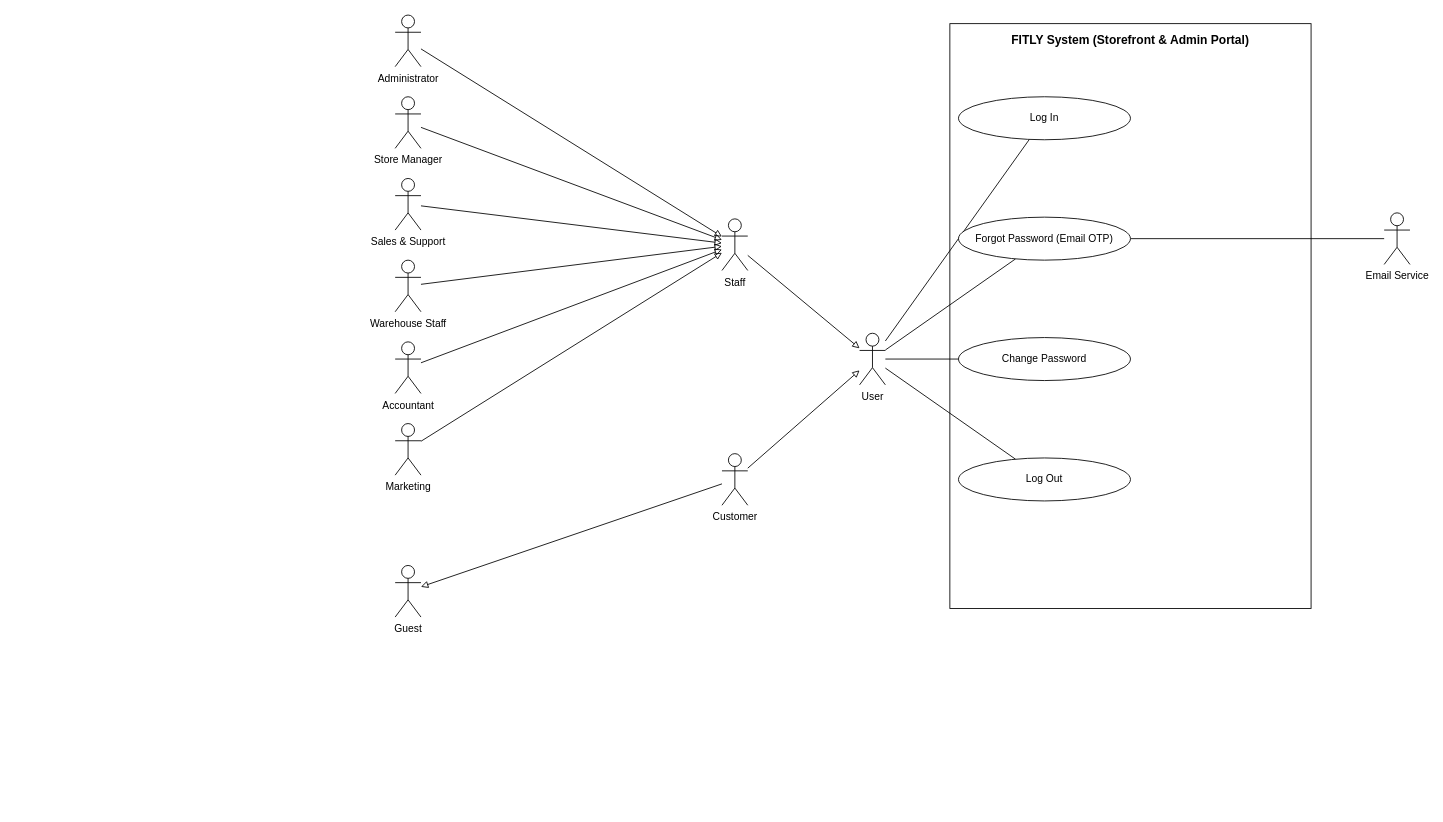
vietcachep/eco_fashion_be keeps this draw.io diagram as page "Authentication & Actor Hierarchy" (1 of 15) of docs/design/usecase/FITLY-usecase.drawio. Above is the earlier version. Source tidied: cells renumbered, new cells numbered last; positions are measured from the earlier drawing's top-left corner, leaving out a move shared by most shapes. Both pictures are drawn from the tidied source at 86%, with x=0, y=0 at pixel (395, 15).
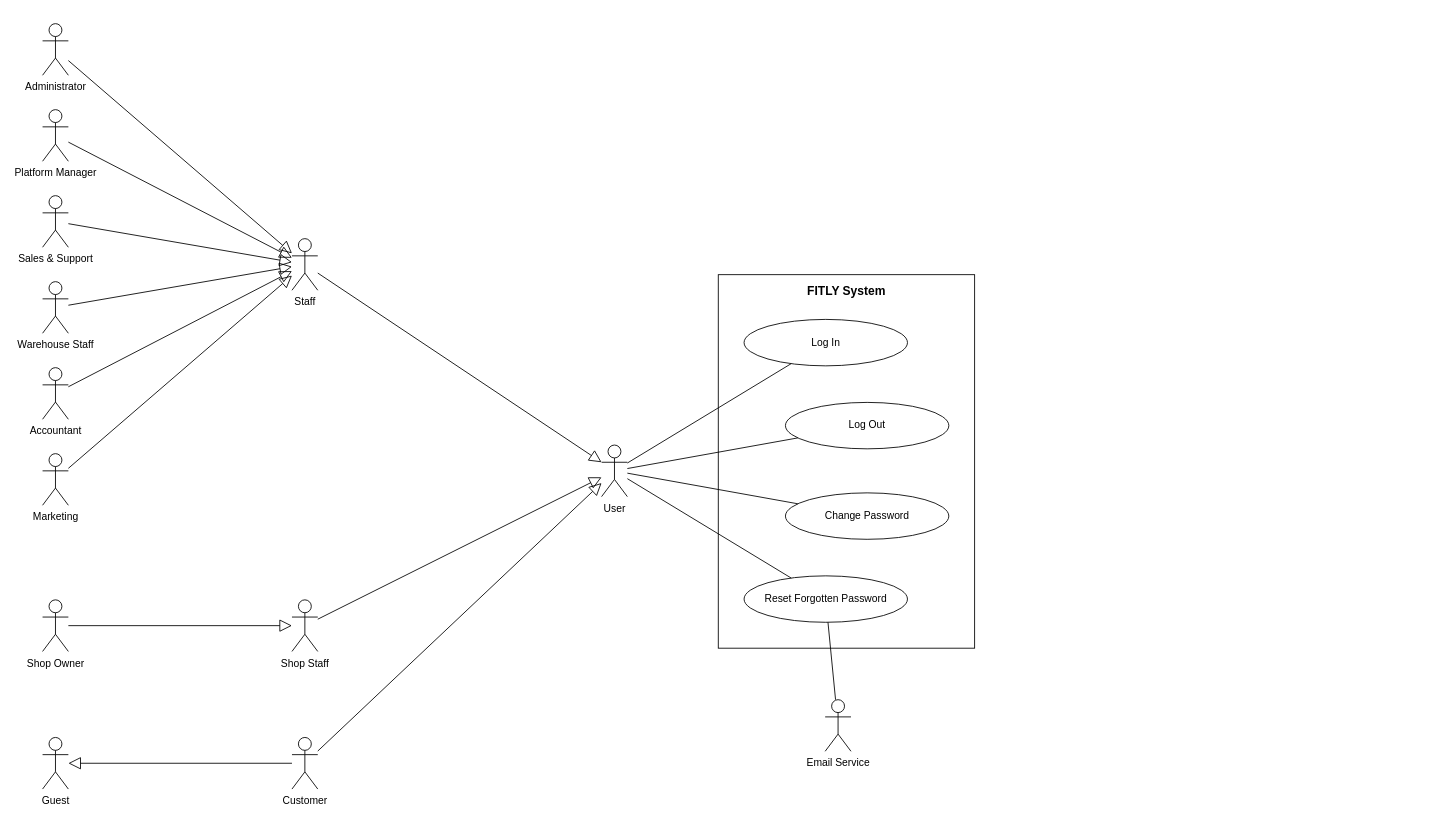
The same diagram, later.

Change to the diagram source:
```diff
@@
-    <mxCell id="2" style="edgeStyle=none;html=1;rounded=0;endArrow=none;" parent="1" edge="1" source="30" target="17">
-      <mxGeometry relative="1" as="geometry" />
-    </mxCell>
-    <mxCell id="3" style="edgeStyle=none;html=1;rounded=0;endArrow=none;" parent="1" edge="1" source="30" target="18">
-      <mxGeometry relative="1" as="geometry" />
-    </mxCell>
-    <mxCell id="4" style="edgeStyle=none;html=1;rounded=0;endArrow=none;" parent="1" edge="1" source="30" target="19">
-      <mxGeometry relative="1" as="geometry" />
-    </mxCell>
-    <mxCell id="5" style="edgeStyle=none;html=1;rounded=0;endArrow=none;" parent="1" edge="1" source="30" target="20">
-      <mxGeometry relative="1" as="geometry" />
-    </mxCell>
-    <mxCell id="6" style="edgeStyle=none;html=1;rounded=0;endArrow=block;endFill=0;" parent="1" edge="1" source="21" target="28">
-      <mxGeometry relative="1" as="geometry" />
-    </mxCell>
-    <mxCell id="7" style="edgeStyle=none;html=1;rounded=0;endArrow=block;endFill=0;" parent="1" edge="1" source="22" target="28">
-      <mxGeometry relative="1" as="geometry" />
-    </mxCell>
-    <mxCell id="8" style="edgeStyle=none;html=1;rounded=0;endArrow=block;endFill=0;" parent="1" edge="1" source="23" target="28">
-      <mxGeometry relative="1" as="geometry" />
-    </mxCell>
-    <mxCell id="9" style="edgeStyle=none;html=1;rounded=0;endArrow=block;endFill=0;" parent="1" edge="1" source="24" target="28">
-      <mxGeometry relative="1" as="geometry" />
-    </mxCell>
-    <mxCell id="10" style="edgeStyle=none;html=1;rounded=0;endArrow=block;endFill=0;" parent="1" edge="1" source="25" target="28">
-      <mxGeometry relative="1" as="geometry" />
-    </mxCell>
-    <mxCell id="11" style="edgeStyle=none;html=1;rounded=0;endArrow=block;endFill=0;" parent="1" edge="1" source="26" target="28">
-      <mxGeometry relative="1" as="geometry" />
-    </mxCell>
-    <mxCell id="12" style="edgeStyle=none;html=1;rounded=0;endArrow=block;endFill=0;" parent="1" edge="1" source="28" target="30">
-      <mxGeometry relative="1" as="geometry" />
-    </mxCell>
-    <mxCell id="13" style="edgeStyle=none;html=1;rounded=0;endArrow=block;endFill=0;" parent="1" edge="1" source="29" target="30">
-      <mxGeometry relative="1" as="geometry" />
-    </mxCell>
-    <mxCell id="14" style="edgeStyle=none;html=1;rounded=0;endArrow=block;endFill=0;" parent="1" edge="1" source="29" target="27">
-      <mxGeometry relative="1" as="geometry" />
-    </mxCell>
-    <mxCell id="15" style="edgeStyle=none;html=1;rounded=0;endArrow=none;exitX=1;exitY=0.5;entryX=0;entryY=0.5;" parent="1" edge="1" source="18" target="31">
-      <mxGeometry relative="1" as="geometry" />
-    </mxCell>
-    <mxCell id="16" value="FITLY System (Storefront &amp; Admin Portal)" style="rounded=0;whiteSpace=wrap;html=1;fillColor=none;verticalAlign=top;fontStyle=1;fontSize=14;spacingTop=4;" parent="1" vertex="1">
-      <mxGeometry x="645" y="10" width="420" height="680" as="geometry" />
+    <mxCell id="16" value="FITLY System" style="rounded=0;whiteSpace=wrap;html=1;fillColor=none;verticalAlign=top;fontStyle=1;fontSize=14;spacingTop=4;" parent="1" vertex="1">
+      <mxGeometry x="375.7" y="301.9" width="298.1" height="434.3" as="geometry" />
     </mxCell>
     <mxCell id="17" value="Log In" style="ellipse;whiteSpace=wrap;html=1;fontSize=12;fillColor=#FFFFFF;" parent="1" vertex="1">
-      <mxGeometry x="655" y="95" width="200" height="50" as="geometry" />
+      <mxGeometry x="405.7" y="353.9" width="190" height="54" as="geometry" />
     </mxCell>
-    <mxCell id="18" value="Forgot Password (Email OTP)" style="ellipse;whiteSpace=wrap;html=1;fontSize=12;fillColor=#FFFFFF;" parent="1" vertex="1">
-      <mxGeometry x="655" y="235" width="200" height="50" as="geometry" />
+    <mxCell id="18" value="Log Out" style="ellipse;whiteSpace=wrap;html=1;fontSize=12;fillColor=#FFFFFF;" parent="1" vertex="1">
+      <mxGeometry x="453.8" y="450.4" width="190" height="54" as="geometry" />
     </mxCell>
     <mxCell id="19" value="Change Password" style="ellipse;whiteSpace=wrap;html=1;fontSize=12;fillColor=#FFFFFF;" parent="1" vertex="1">
-      <mxGeometry x="655" y="375" width="200" height="50" as="geometry" />
+      <mxGeometry x="453.8" y="555.6" width="190" height="54" as="geometry" />
     </mxCell>
-    <mxCell id="20" value="Log Out" style="ellipse;whiteSpace=wrap;html=1;fontSize=12;fillColor=#FFFFFF;" parent="1" vertex="1">
-      <mxGeometry x="655" y="515" width="200" height="50" as="geometry" />
+    <mxCell id="20" value="Reset Forgotten Password" style="ellipse;whiteSpace=wrap;html=1;fontSize=12;fillColor=#FFFFFF;" parent="1" vertex="1">
+      <mxGeometry x="405.7" y="652.1" width="190" height="54" as="geometry" />
     </mxCell>
     <mxCell id="21" value="Administrator" style="shape=umlActor;verticalLabelPosition=bottom;verticalAlign=top;html=1;outlineConnect=0;" parent="1" vertex="1">
-      <mxGeometry width="30" height="60" as="geometry" />
+      <mxGeometry x="-410" y="10" width="30" height="60" as="geometry" />
     </mxCell>
-    <mxCell id="22" value="Store Manager" style="shape=umlActor;verticalLabelPosition=bottom;verticalAlign=top;html=1;outlineConnect=0;" parent="1" vertex="1">
-      <mxGeometry y="95" width="30" height="60" as="geometry" />
+    <mxCell id="22" value="Platform Manager" style="shape=umlActor;verticalLabelPosition=bottom;verticalAlign=top;html=1;outlineConnect=0;" parent="1" vertex="1">
+      <mxGeometry x="-410" y="110" width="30" height="60" as="geometry" />
     </mxCell>
     <mxCell id="23" value="Sales &amp; Support" style="shape=umlActor;verticalLabelPosition=bottom;verticalAlign=top;html=1;outlineConnect=0;" parent="1" vertex="1">
-      <mxGeometry y="190" width="30" height="60" as="geometry" />
+      <mxGeometry x="-410" y="210" width="30" height="60" as="geometry" />
     </mxCell>
     <mxCell id="24" value="Warehouse Staff" style="shape=umlActor;verticalLabelPosition=bottom;verticalAlign=top;html=1;outlineConnect=0;" parent="1" vertex="1">
-      <mxGeometry y="285" width="30" height="60" as="geometry" />
+      <mxGeometry x="-410" y="310" width="30" height="60" as="geometry" />
     </mxCell>
     <mxCell id="25" value="Accountant" style="shape=umlActor;verticalLabelPosition=bottom;verticalAlign=top;html=1;outlineConnect=0;" parent="1" vertex="1">
-      <mxGeometry y="380" width="30" height="60" as="geometry" />
+      <mxGeometry x="-410" y="410" width="30" height="60" as="geometry" />
     </mxCell>
     <mxCell id="26" value="Marketing" style="shape=umlActor;verticalLabelPosition=bottom;verticalAlign=top;html=1;outlineConnect=0;" parent="1" vertex="1">
-      <mxGeometry y="475" width="30" height="60" as="geometry" />
+      <mxGeometry x="-410" y="510" width="30" height="60" as="geometry" />
     </mxCell>
-    <mxCell id="27" value="Guest" style="shape=umlActor;verticalLabelPosition=bottom;verticalAlign=top;html=1;outlineConnect=0;" parent="1" vertex="1">
-      <mxGeometry y="640" width="30" height="60" as="geometry" />
+    <mxCell id="27" value="Staff" style="shape=umlActor;verticalLabelPosition=bottom;verticalAlign=top;html=1;outlineConnect=0;" parent="1" vertex="1">
+      <mxGeometry x="-120" y="260" width="30" height="60" as="geometry" />
     </mxCell>
-    <mxCell id="28" value="Staff" style="shape=umlActor;verticalLabelPosition=bottom;verticalAlign=top;html=1;outlineConnect=0;" parent="1" vertex="1">
-      <mxGeometry x="380" y="237" width="30" height="60" as="geometry" />
+    <mxCell id="28" value="Shop Owner" style="shape=umlActor;verticalLabelPosition=bottom;verticalAlign=top;html=1;outlineConnect=0;" parent="1" vertex="1">
+      <mxGeometry x="-410" y="680" width="30" height="60" as="geometry" />
     </mxCell>
-    <mxCell id="29" value="Customer" style="shape=umlActor;verticalLabelPosition=bottom;verticalAlign=top;html=1;outlineConnect=0;" parent="1" vertex="1">
-      <mxGeometry x="380" y="510" width="30" height="60" as="geometry" />
+    <mxCell id="29" value="Shop Staff" style="shape=umlActor;verticalLabelPosition=bottom;verticalAlign=top;html=1;outlineConnect=0;" parent="1" vertex="1">
+      <mxGeometry x="-120" y="680" width="30" height="60" as="geometry" />
     </mxCell>
-    <mxCell id="30" value="User" style="shape=umlActor;verticalLabelPosition=bottom;verticalAlign=top;html=1;outlineConnect=0;" parent="1" vertex="1">
-      <mxGeometry x="540" y="370" width="30" height="60" as="geometry" />
+    <mxCell id="30" value="Customer" style="shape=umlActor;verticalLabelPosition=bottom;verticalAlign=top;html=1;outlineConnect=0;" parent="1" vertex="1">
+      <mxGeometry x="-120" y="840" width="30" height="60" as="geometry" />
     </mxCell>
-    <mxCell id="31" value="Email Service" style="shape=umlActor;verticalLabelPosition=bottom;verticalAlign=top;html=1;outlineConnect=0;" parent="1" vertex="1">
-      <mxGeometry x="1150" y="230" width="30" height="60" as="geometry" />
+    <mxCell id="31" value="Guest" style="shape=umlActor;verticalLabelPosition=bottom;verticalAlign=top;html=1;outlineConnect=0;" parent="1" vertex="1">
+      <mxGeometry x="-410" y="840" width="30" height="60" as="geometry" />
     </mxCell>
+    <mxCell id="2" value="User" style="shape=umlActor;verticalLabelPosition=bottom;verticalAlign=top;html=1;outlineConnect=0;" parent="1" vertex="1">
+      <mxGeometry x="240" y="500" width="30" height="60" as="geometry" />
+    </mxCell>
+    <mxCell id="3" value="Email Service" style="shape=umlActor;verticalLabelPosition=bottom;verticalAlign=top;html=1;outlineConnect=0;" parent="1" vertex="1">
+      <mxGeometry x="500" y="796.1" width="30" height="60" as="geometry" />
+    </mxCell>
+    <mxCell id="4" style="edgeStyle=none;html=1;rounded=0;endArrow=block;endFill=0;endSize=12;" parent="1" edge="1" source="21" target="27">
+      <mxGeometry relative="1" as="geometry" />
+    </mxCell>
+    <mxCell id="5" style="edgeStyle=none;html=1;rounded=0;endArrow=block;endFill=0;endSize=12;" parent="1" edge="1" source="22" target="27">
+      <mxGeometry relative="1" as="geometry" />
+    </mxCell>
+    <mxCell id="6" style="edgeStyle=none;html=1;rounded=0;endArrow=block;endFill=0;endSize=12;" parent="1" edge="1" source="23" target="27">
+      <mxGeometry relative="1" as="geometry" />
+    </mxCell>
+    <mxCell id="7" style="edgeStyle=none;html=1;rounded=0;endArrow=block;endFill=0;endSize=12;" parent="1" edge="1" source="24" target="27">
+      <mxGeometry relative="1" as="geometry" />
+    </mxCell>
+    <mxCell id="8" style="edgeStyle=none;html=1;rounded=0;endArrow=block;endFill=0;endSize=12;" parent="1" edge="1" source="25" target="27">
+      <mxGeometry relative="1" as="geometry" />
+    </mxCell>
+    <mxCell id="9" style="edgeStyle=none;html=1;rounded=0;endArrow=block;endFill=0;endSize=12;" parent="1" edge="1" source="26" target="27">
+      <mxGeometry relative="1" as="geometry" />
+    </mxCell>
+    <mxCell id="10" style="edgeStyle=none;html=1;rounded=0;endArrow=block;endFill=0;endSize=12;" parent="1" edge="1" source="28" target="29">
+      <mxGeometry relative="1" as="geometry" />
+    </mxCell>
+    <mxCell id="11" style="edgeStyle=none;html=1;rounded=0;endArrow=block;endFill=0;endSize=12;" parent="1" edge="1" source="30" target="31">
+      <mxGeometry relative="1" as="geometry" />
+    </mxCell>
+    <mxCell id="12" style="edgeStyle=none;html=1;rounded=0;endArrow=block;endFill=0;endSize=12;" parent="1" edge="1" source="27" target="2">
+      <mxGeometry relative="1" as="geometry" />
+    </mxCell>
+    <mxCell id="13" style="edgeStyle=none;html=1;rounded=0;endArrow=block;endFill=0;endSize=12;" parent="1" edge="1" source="29" target="2">
+      <mxGeometry relative="1" as="geometry" />
+    </mxCell>
+    <mxCell id="14" style="edgeStyle=none;html=1;rounded=0;endArrow=block;endFill=0;endSize=12;" parent="1" edge="1" source="30" target="2">
+      <mxGeometry relative="1" as="geometry" />
+    </mxCell>
+    <mxCell id="15" style="edgeStyle=none;html=1;rounded=0;endArrow=none;" parent="1" edge="1" source="2" target="17">
+      <mxGeometry relative="1" as="geometry" />
+    </mxCell>
+    <mxCell id="32" style="edgeStyle=none;html=1;rounded=0;endArrow=none;" parent="1" edge="1" source="2" target="18">
+      <mxGeometry relative="1" as="geometry" />
+    </mxCell>
+    <mxCell id="33" style="edgeStyle=none;html=1;rounded=0;endArrow=none;" parent="1" edge="1" source="2" target="19">
+      <mxGeometry relative="1" as="geometry" />
+    </mxCell>
+    <mxCell id="34" style="edgeStyle=none;html=1;rounded=0;endArrow=none;" parent="1" edge="1" source="2" target="20">
+      <mxGeometry relative="1" as="geometry" />
+    </mxCell>
+    <mxCell id="35" style="edgeStyle=none;html=1;rounded=0;endArrow=none;" parent="1" edge="1" source="3" target="20">
+      <mxGeometry relative="1" as="geometry" />
+    </mxCell>
```
